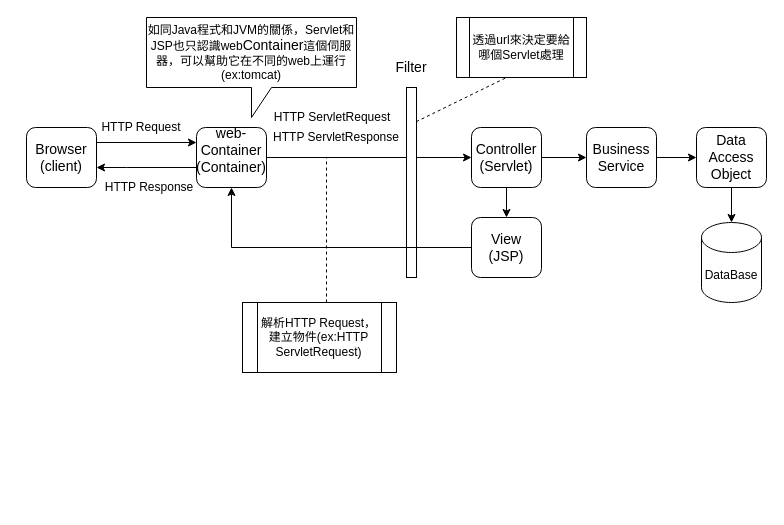
This is page "network" (2 of 2) of Untitled Diagram.drawio from kmkurumi/Learning-Internet-knowledge-by-drawio, a draw.io file, before an edit. Source tidied: cells renumbered, new cells numbered last; positions are measured from the earlier drawing's top-left corner, leaving out a move shared by most shapes. Both pictures are drawn from the tidied source at 100%, with x=0, y=0 at pixel (26, 17).
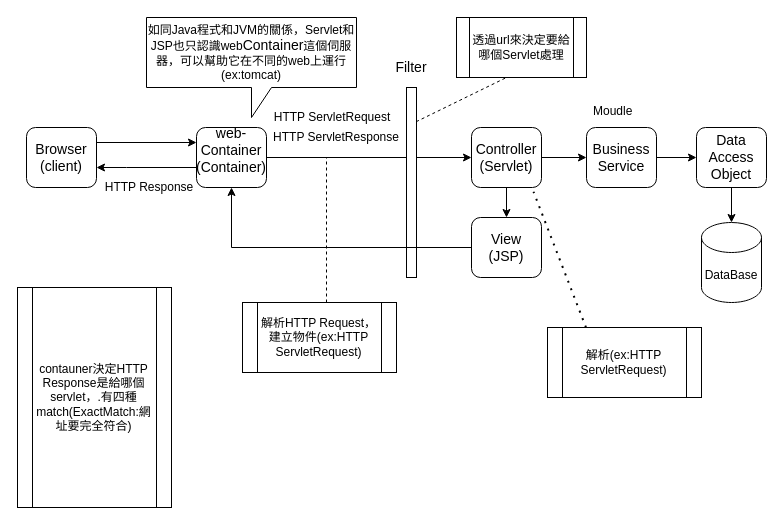
Above is the later version.

The change refers to these unchanged cells:
```xml
<mxCell id="12" value="&lt;span style=&quot;font-size: 14px&quot;&gt;Controller&lt;br&gt;(Servlet)&lt;br&gt;&lt;/span&gt;" style="rounded=1;whiteSpace=wrap;html=1;" parent="1" vertex="1">
  <mxGeometry x="445" y="110" width="70" height="60" as="geometry" />
</mxCell>
```

What changed in the source:
```diff
@@
-    <mxCell id="7" value="HTTP Request" style="text;html=1;strokeColor=none;fillColor=none;align=center;verticalAlign=middle;whiteSpace=wrap;rounded=0;" parent="1" vertex="1">
-      <mxGeometry x="70" y="100" width="90" height="20" as="geometry" />
-    </mxCell>
@@
+    <mxCell id="28" value="contauner決定HTTP Response是給哪個servlet，.有四種match(ExactMatch:網址要完全符合)" style="shape=process;whiteSpace=wrap;html=1;backgroundOutline=1;" parent="1" vertex="1">
+      <mxGeometry x="-9" y="270" width="154" height="220" as="geometry" />
+    </mxCell>
+    <mxCell id="29" value="Moudle" style="text;whiteSpace=wrap;html=1;" parent="1" vertex="1">
+      <mxGeometry x="565" y="80" width="60" height="30" as="geometry" />
+    </mxCell>
+    <mxCell id="30" value="解析(ex:HTTP ServletRequest)" style="shape=process;whiteSpace=wrap;html=1;backgroundOutline=1;" parent="1" vertex="1">
+      <mxGeometry x="521" y="310" width="154" height="70" as="geometry" />
+    </mxCell>
+    <mxCell id="31" style="endArrow=none;dashed=1;html=1;dashPattern=1 3;strokeWidth=2;entryX=0.886;entryY=1.071;entryDx=0;entryDy=0;entryPerimeter=0;exitX=0.25;exitY=0;exitDx=0;exitDy=0;" parent="1" edge="1" source="30" target="12">
+      <mxGeometry relative="1" as="geometry" />
+    </mxCell>
```
